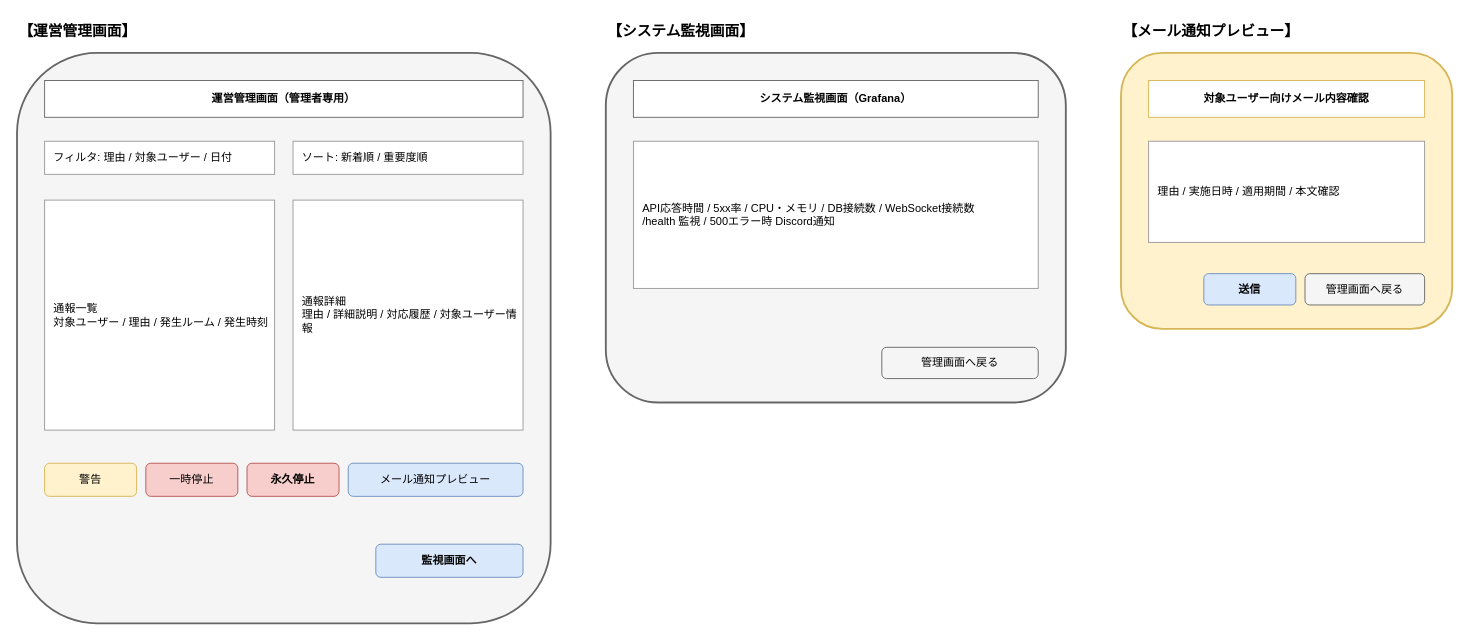
yuu-ux/online-workspace keeps this draw.io diagram as page "管理者" (4 of 4) of docs/screen_wireframe.drawio. Above is the earlier version. Source tidied: cells renumbered, new cells numbered last; positions are measured from the earlier drawing's top-left corner, leaving out a move shared by most shapes. Both pictures are drawn from the tidied source at 92%, with x=0, y=0 at pixel (17, 16).
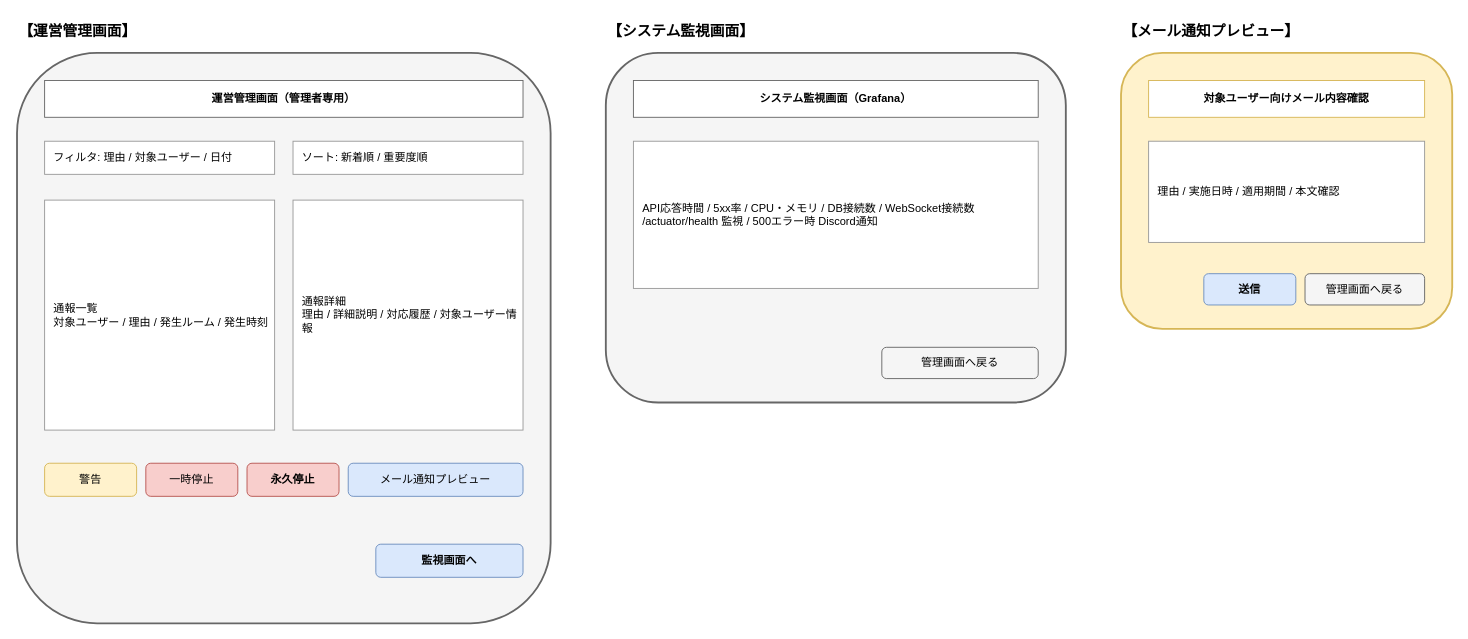
The same diagram, later.

Diff of the diagram source:
```diff
@@
-    <mxCell id="17" value="API応答時間 / 5xx率 / CPU・メモリ / DB接続数 / WebSocket接続数&#10;/health 監視 / 500エラー時 Discord通知" style="rounded=0;whiteSpace=wrap;html=1;fillColor=#ffffff;strokeColor=#999999;align=left;spacingLeft=8;" parent="1" vertex="1">
+    <mxCell id="17" value="API応答時間 / 5xx率 / CPU・メモリ / DB接続数 / WebSocket接続数&#10;/actuator/health 監視 / 500エラー時 Discord通知" style="rounded=0;whiteSpace=wrap;html=1;fillColor=#ffffff;strokeColor=#999999;align=left;spacingLeft=8;" parent="1" vertex="1">
       <mxGeometry x="670" y="136" width="440" height="160" as="geometry" />
     </mxCell>
```
